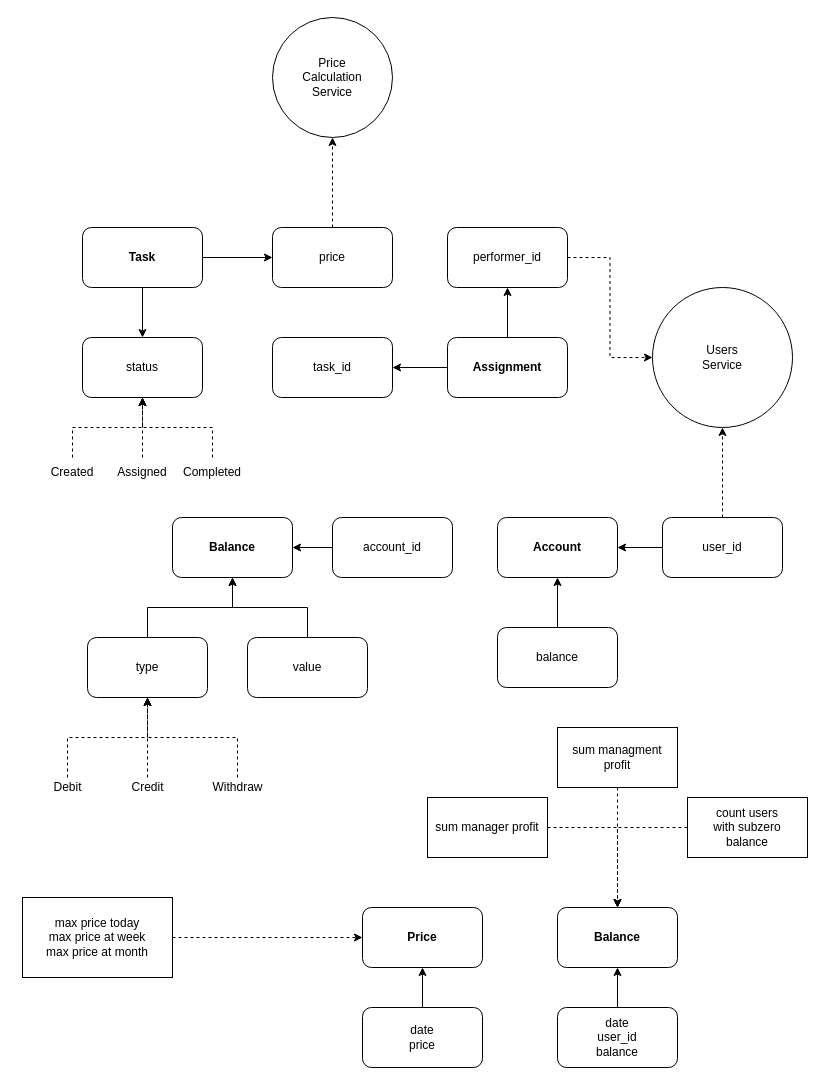
The draw.io diagram Data Model.drawio in Dezzpil/edu-aTES, before the edit. Source tidied: cells renumbered, new cells numbered last; positions are measured from the earlier drawing's top-left corner, leaving out a move shared by most shapes. Both pictures are drawn from the tidied source at 100%, with x=0, y=0 at pixel (22, 17).
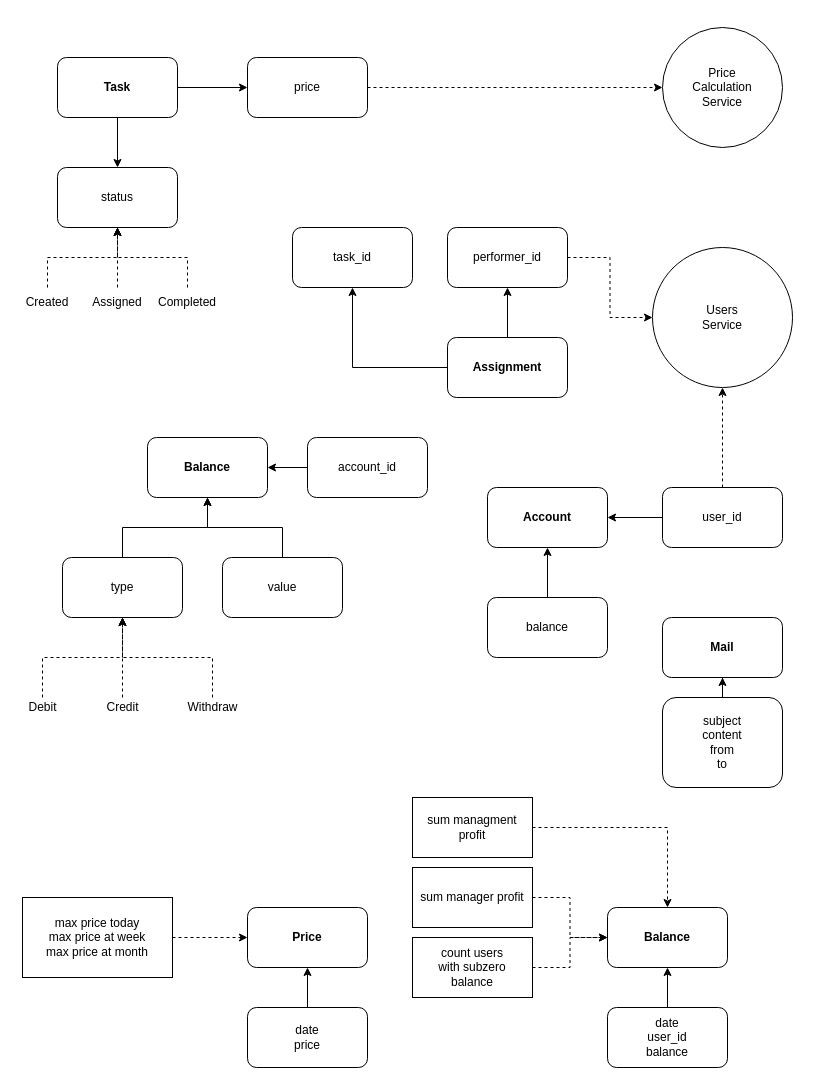
After the change.

Diff of the diagram source:
```diff
@@
     <mxCell id="4" value="&lt;b&gt;Task&lt;/b&gt;" style="rounded=1;whiteSpace=wrap;html=1;" parent="1" vertex="1">
-      <mxGeometry x="60" y="210" width="120" height="60" as="geometry" />
+      <mxGeometry x="35" y="40" width="120" height="60" as="geometry" />
     </mxCell>
     <mxCell id="5" value="status" style="rounded=1;whiteSpace=wrap;html=1;" parent="1" vertex="1">
-      <mxGeometry x="60" y="320" width="120" height="60" as="geometry" />
+      <mxGeometry x="35" y="150" width="120" height="60" as="geometry" />
     </mxCell>
@@
     <mxCell id="11" value="task_id" style="rounded=1;whiteSpace=wrap;html=1;" parent="1" vertex="1">
-      <mxGeometry x="250" y="320" width="120" height="60" as="geometry" />
+      <mxGeometry x="270" y="210" width="120" height="60" as="geometry" />
     </mxCell>
@@
     <mxCell id="13" value="price" style="rounded=1;whiteSpace=wrap;html=1;" parent="1" vertex="1">
-      <mxGeometry x="250" y="210" width="120" height="60" as="geometry" />
+      <mxGeometry x="225" y="40" width="120" height="60" as="geometry" />
     </mxCell>
     <mxCell id="14" value="&lt;div&gt;Price&lt;/div&gt;&lt;div&gt;Calculation&lt;/div&gt;&lt;div&gt;Service&lt;br&gt;&lt;/div&gt;" style="ellipse;whiteSpace=wrap;html=1;" parent="1" vertex="1">
-      <mxGeometry x="250" width="120" height="120" as="geometry" />
+      <mxGeometry x="640" y="10" width="120" height="120" as="geometry" />
     </mxCell>
@@
     <mxCell id="16" value="Created" style="text;html=1;strokeColor=none;fillColor=none;align=center;verticalAlign=middle;whiteSpace=wrap;rounded=0;" parent="1" vertex="1">
-      <mxGeometry x="20" y="440" width="60" height="30" as="geometry" />
+      <mxGeometry x="-5" y="270" width="60" height="30" as="geometry" />
     </mxCell>
@@
     <mxCell id="18" value="Assigned" style="text;html=1;strokeColor=none;fillColor=none;align=center;verticalAlign=middle;whiteSpace=wrap;rounded=0;" parent="1" vertex="1">
-      <mxGeometry x="90" y="440" width="60" height="30" as="geometry" />
+      <mxGeometry x="65" y="270" width="60" height="30" as="geometry" />
     </mxCell>
@@
     <mxCell id="20" value="Completed" style="text;html=1;strokeColor=none;fillColor=none;align=center;verticalAlign=middle;whiteSpace=wrap;rounded=0;" parent="1" vertex="1">
-      <mxGeometry x="160" y="440" width="60" height="30" as="geometry" />
+      <mxGeometry x="135" y="270" width="60" height="30" as="geometry" />
     </mxCell>
     <mxCell id="21" value="&lt;div&gt;Users&lt;/div&gt;&lt;div&gt;Service&lt;br&gt;&lt;/div&gt;" style="ellipse;whiteSpace=wrap;html=1;" parent="1" vertex="1">
-      <mxGeometry x="630" y="270" width="140" height="140" as="geometry" />
+      <mxGeometry x="630" y="230" width="140" height="140" as="geometry" />
     </mxCell>
@@
     <mxCell id="23" value="account_id" style="rounded=1;whiteSpace=wrap;html=1;" parent="1" vertex="1">
-      <mxGeometry x="310" y="500" width="120" height="60" as="geometry" />
+      <mxGeometry x="285" y="420" width="120" height="60" as="geometry" />
     </mxCell>
     <mxCell id="24" value="Balance" style="rounded=1;whiteSpace=wrap;html=1;fontStyle=1;" parent="1" vertex="1">
-      <mxGeometry x="150" y="500" width="120" height="60" as="geometry" />
+      <mxGeometry x="125" y="420" width="120" height="60" as="geometry" />
     </mxCell>
@@
     <mxCell id="26" value="type" style="rounded=1;whiteSpace=wrap;html=1;" parent="1" vertex="1">
-      <mxGeometry x="65" y="620" width="120" height="60" as="geometry" />
+      <mxGeometry x="40" y="540" width="120" height="60" as="geometry" />
     </mxCell>
@@
     <mxCell id="28" value="value" style="rounded=1;whiteSpace=wrap;html=1;" parent="1" vertex="1">
-      <mxGeometry x="225" y="620" width="120" height="60" as="geometry" />
+      <mxGeometry x="200" y="540" width="120" height="60" as="geometry" />
     </mxCell>
@@
     <mxCell id="30" value="Debit" style="text;html=1;align=center;verticalAlign=middle;points=[];strokeColor=none;fillColor=none;" parent="1" vertex="1">
-      <mxGeometry x="20" y="760" width="50" height="20" as="geometry" />
+      <mxGeometry x="-5" y="680" width="50" height="20" as="geometry" />
     </mxCell>
@@
     <mxCell id="32" value="Credit" style="text;html=1;align=center;verticalAlign=middle;points=[];strokeColor=none;fillColor=none;" parent="1" vertex="1">
-      <mxGeometry x="100" y="760" width="50" height="20" as="geometry" />
+      <mxGeometry x="75" y="680" width="50" height="20" as="geometry" />
     </mxCell>
@@
     <mxCell id="34" value="Withdraw" style="text;html=1;align=center;verticalAlign=middle;points=[];strokeColor=none;fillColor=none;" parent="1" vertex="1">
-      <mxGeometry x="180" y="760" width="70" height="20" as="geometry" />
+      <mxGeometry x="155" y="680" width="70" height="20" as="geometry" />
     </mxCell>
     <mxCell id="35" value="&lt;b&gt;Account&lt;/b&gt;" style="rounded=1;whiteSpace=wrap;html=1;" parent="1" vertex="1">
-      <mxGeometry x="475" y="500" width="120" height="60" as="geometry" />
+      <mxGeometry x="465" y="470" width="120" height="60" as="geometry" />
     </mxCell>
@@
     <mxCell id="38" value="user_id" style="rounded=1;whiteSpace=wrap;html=1;" parent="1" vertex="1">
-      <mxGeometry x="640" y="500" width="120" height="60" as="geometry" />
+      <mxGeometry x="640" y="470" width="120" height="60" as="geometry" />
     </mxCell>
@@
     <mxCell id="40" value="balance" style="whiteSpace=wrap;html=1;rounded=1;" parent="1" vertex="1">
-      <mxGeometry x="475" y="610" width="120" height="60" as="geometry" />
+      <mxGeometry x="465" y="580" width="120" height="60" as="geometry" />
     </mxCell>
@@
     <mxCell id="42" value="date&lt;br&gt;&lt;div&gt;price&lt;/div&gt;" style="rounded=1;whiteSpace=wrap;html=1;" parent="1" vertex="1">
-      <mxGeometry x="340" y="990" width="120" height="60" as="geometry" />
+      <mxGeometry x="225" y="990" width="120" height="60" as="geometry" />
     </mxCell>
@@
     <mxCell id="44" value="&lt;div&gt;date&lt;br&gt;&lt;/div&gt;&lt;div&gt;user_id&lt;/div&gt;&lt;div&gt;balance&lt;br&gt;&lt;/div&gt;" style="rounded=1;whiteSpace=wrap;html=1;" parent="1" vertex="1">
-      <mxGeometry x="535" y="990" width="120" height="60" as="geometry" />
+      <mxGeometry x="585" y="990" width="120" height="60" as="geometry" />
     </mxCell>
@@
     <mxCell id="46" value="&lt;div&gt;count users&lt;/div&gt;&lt;div&gt;with subzero&lt;/div&gt;&lt;div&gt;balance&lt;br&gt;&lt;/div&gt;" style="whiteSpace=wrap;html=1;" parent="1" vertex="1">
-      <mxGeometry x="665" y="780" width="120" height="60" as="geometry" />
+      <mxGeometry x="390" y="920" width="120" height="60" as="geometry" />
     </mxCell>
@@
     <mxCell id="48" value="sum manager profit" style="whiteSpace=wrap;html=1;" parent="1" vertex="1">
-      <mxGeometry x="405" y="780" width="120" height="60" as="geometry" />
+      <mxGeometry x="390" y="850" width="120" height="60" as="geometry" />
     </mxCell>
@@
     <mxCell id="50" value="sum managment profit" style="whiteSpace=wrap;html=1;" parent="1" vertex="1">
-      <mxGeometry x="535" y="710" width="120" height="60" as="geometry" />
+      <mxGeometry x="390" y="780" width="120" height="60" as="geometry" />
     </mxCell>
@@
     <mxCell id="53" value="Price" style="rounded=1;whiteSpace=wrap;html=1;fontStyle=1;" parent="1" vertex="1">
-      <mxGeometry x="340" y="890" width="120" height="60" as="geometry" />
+      <mxGeometry x="225" y="890" width="120" height="60" as="geometry" />
     </mxCell>
     <mxCell id="54" value="Balance" style="rounded=1;whiteSpace=wrap;html=1;fontStyle=1;" parent="1" vertex="1">
-      <mxGeometry x="535" y="890" width="120" height="60" as="geometry" />
+      <mxGeometry x="585" y="890" width="120" height="60" as="geometry" />
     </mxCell>
+    <mxCell id="55" value="&lt;div&gt;Mail&lt;/div&gt;" style="rounded=1;whiteSpace=wrap;html=1;fontStyle=1;" parent="1" vertex="1">
+      <mxGeometry x="640" y="600" width="120" height="60" as="geometry" />
+    </mxCell>
+    <mxCell id="56" style="edgeStyle=orthogonalEdgeStyle;rounded=0;jettySize=auto;html=1;" parent="1" edge="1" source="57" target="55">
+      <mxGeometry relative="1" as="geometry" />
+    </mxCell>
+    <mxCell id="57" value="&lt;div&gt;subject&lt;/div&gt;&lt;div&gt;content&lt;/div&gt;&lt;div&gt;from&lt;/div&gt;&lt;div&gt;to&lt;br&gt;&lt;/div&gt;" style="rounded=1;whiteSpace=wrap;html=1;" parent="1" vertex="1">
+      <mxGeometry x="640" y="680" width="120" height="90" as="geometry" />
+    </mxCell>
```
